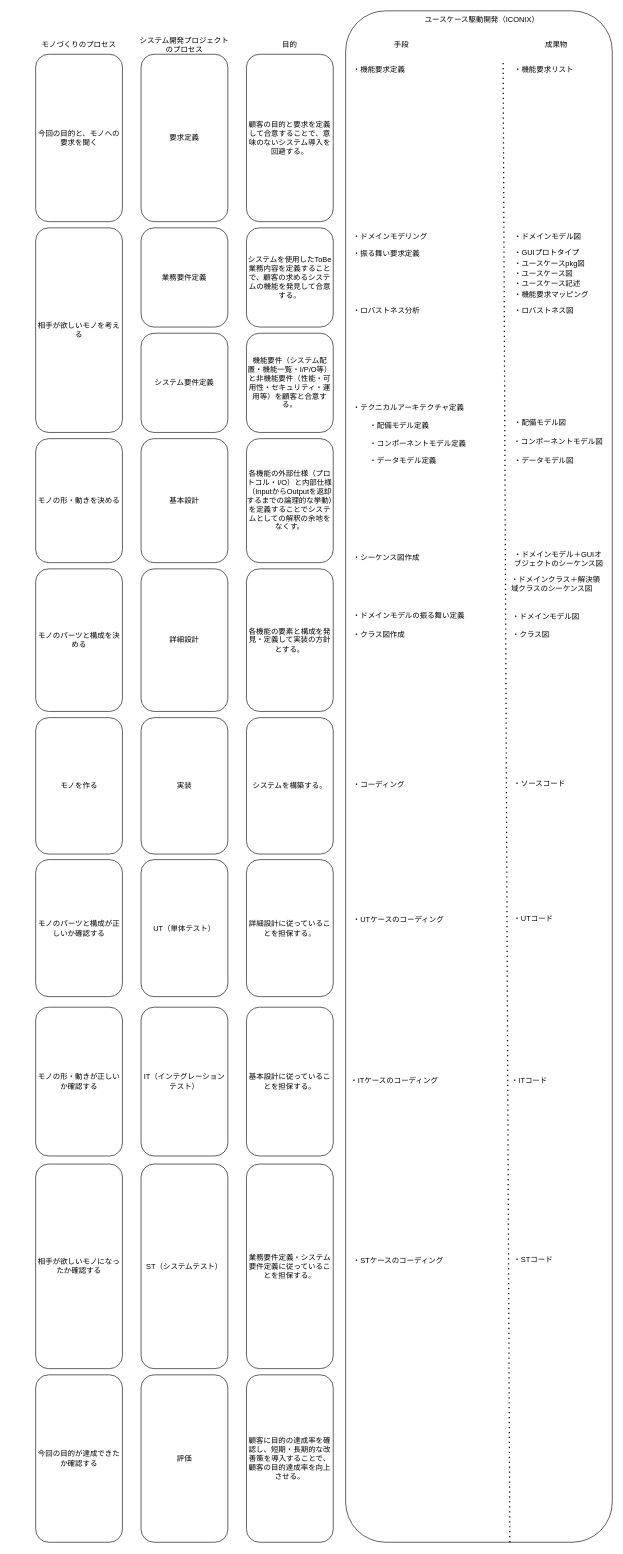
Earlier version of the draw.io diagram picture/dev-process.drawio (sasachichito/knowledge). Source tidied: cells renumbered, new cells numbered last; positions are measured from the earlier drawing's top-left corner, leaving out a move shared by most shapes. Both pictures are drawn from the tidied source at 62%, with x=0, y=0 at pixel (11, 11).
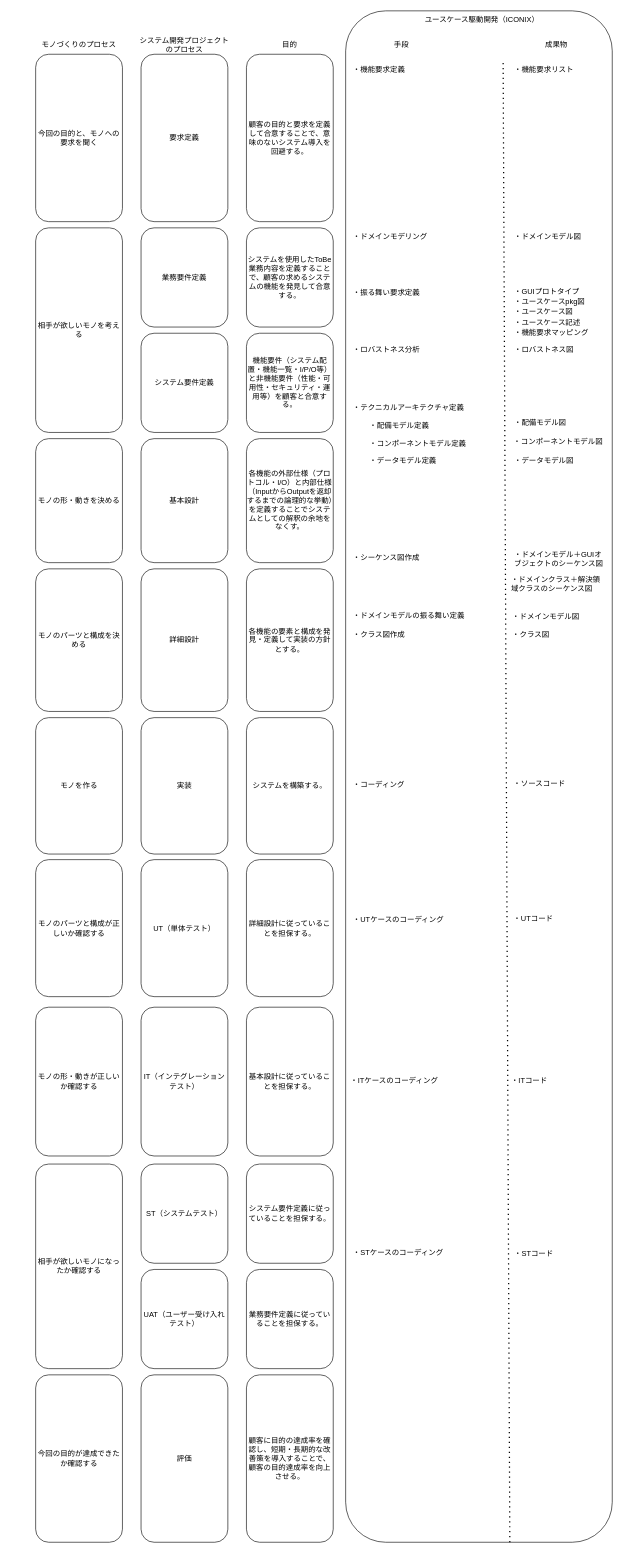
The same diagram, later.

Diff of the diagram source:
```diff
@@
     <mxCell id="21" value="ST（システムテスト）" style="rounded=1;whiteSpace=wrap;html=1;" parent="1" vertex="1">
-      <mxGeometry x="210" y="1860" width="140" height="330" as="geometry" />
+      <mxGeometry x="210" y="1860" width="140" height="160" as="geometry" />
     </mxCell>
@@
-    <mxCell id="32" value="業務要件定義・システム要件定義に従っていることを担保する。" style="rounded=1;whiteSpace=wrap;html=1;" parent="1" vertex="1">
-      <mxGeometry x="380" y="1860" width="140" height="330" as="geometry" />
+    <mxCell id="32" value="システム要件定義に従っていることを担保する。" style="rounded=1;whiteSpace=wrap;html=1;" parent="1" vertex="1">
+      <mxGeometry x="380" y="1860" width="140" height="160" as="geometry" />
     </mxCell>
@@
     <mxCell id="39" value="・振る舞い要求定義" style="text;html=1;strokeColor=none;fillColor=none;align=left;verticalAlign=middle;whiteSpace=wrap;rounded=0;" parent="1" vertex="1">
-      <mxGeometry x="550" y="377" width="180" height="30" as="geometry" />
+      <mxGeometry x="550" y="439" width="180" height="30" as="geometry" />
     </mxCell>
@@
     <mxCell id="44" value="・ユースケースpkg図" style="text;html=1;strokeColor=none;fillColor=none;align=left;verticalAlign=middle;whiteSpace=wrap;rounded=0;" parent="1" vertex="1">
-      <mxGeometry x="810" y="393" width="150" height="30" as="geometry" />
+      <mxGeometry x="810" y="455" width="150" height="30" as="geometry" />
     </mxCell>
     <mxCell id="45" value="・ユースケース図" style="text;html=1;strokeColor=none;fillColor=none;align=left;verticalAlign=middle;whiteSpace=wrap;rounded=0;" parent="1" vertex="1">
-      <mxGeometry x="810" y="409" width="150" height="30" as="geometry" />
+      <mxGeometry x="810" y="471" width="150" height="30" as="geometry" />
     </mxCell>
     <mxCell id="46" value="・ユースケース記述" style="text;html=1;strokeColor=none;fillColor=none;align=left;verticalAlign=middle;whiteSpace=wrap;rounded=0;" parent="1" vertex="1">
-      <mxGeometry x="810" y="426" width="150" height="30" as="geometry" />
+      <mxGeometry x="810" y="488" width="150" height="30" as="geometry" />
     </mxCell>
     <mxCell id="47" value="・GUIプロトタイプ" style="text;html=1;strokeColor=none;fillColor=none;align=left;verticalAlign=middle;whiteSpace=wrap;rounded=0;" parent="1" vertex="1">
-      <mxGeometry x="810" y="376" width="150" height="30" as="geometry" />
+      <mxGeometry x="810" y="438" width="150" height="30" as="geometry" />
     </mxCell>
     <mxCell id="48" value="・ロバストネス分析" style="text;html=1;strokeColor=none;fillColor=none;align=left;verticalAlign=middle;whiteSpace=wrap;rounded=0;" parent="1" vertex="1">
-      <mxGeometry x="550" y="469" width="180" height="30" as="geometry" />
+      <mxGeometry x="550" y="531" width="180" height="30" as="geometry" />
     </mxCell>
     <mxCell id="49" value="・ロバストネス図" style="text;html=1;strokeColor=none;fillColor=none;align=left;verticalAlign=middle;whiteSpace=wrap;rounded=0;" parent="1" vertex="1">
-      <mxGeometry x="810" y="469" width="150" height="30" as="geometry" />
+      <mxGeometry x="810" y="531" width="150" height="30" as="geometry" />
     </mxCell>
     <mxCell id="50" value="・機能要求マッピング" style="text;html=1;strokeColor=none;fillColor=none;align=left;verticalAlign=middle;whiteSpace=wrap;rounded=0;" parent="1" vertex="1">
-      <mxGeometry x="810" y="443" width="150" height="30" as="geometry" />
+      <mxGeometry x="810" y="505" width="150" height="30" as="geometry" />
     </mxCell>
@@
     <mxCell id="68" value="・STケースのコーディング" style="text;html=1;strokeColor=none;fillColor=none;align=left;verticalAlign=top;whiteSpace=wrap;rounded=0;" parent="1" vertex="1">
-      <mxGeometry x="550" y="2002" width="220" height="30" as="geometry" />
+      <mxGeometry x="550" y="1990" width="220" height="30" as="geometry" />
     </mxCell>
     <mxCell id="69" value="・STコード" style="text;html=1;strokeColor=none;fillColor=none;align=left;verticalAlign=middle;whiteSpace=wrap;rounded=0;" parent="1" vertex="1">
-      <mxGeometry x="809" y="2000" width="150" height="30" as="geometry" />
+      <mxGeometry x="810" y="1990" width="150" height="30" as="geometry" />
     </mxCell>
+    <mxCell id="70" value="UAT（ユーザー受け入れテスト）" style="rounded=1;whiteSpace=wrap;html=1;" parent="1" vertex="1">
+      <mxGeometry x="210" y="2030" width="140" height="160" as="geometry" />
+    </mxCell>
+    <mxCell id="71" value="業務要件定義に従っていることを担保する。" style="rounded=1;whiteSpace=wrap;html=1;" parent="1" vertex="1">
+      <mxGeometry x="380" y="2030" width="140" height="160" as="geometry" />
+    </mxCell>
```
